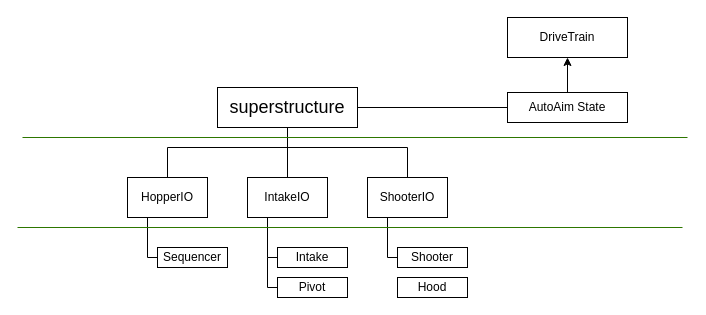
Earlier version of the draw.io diagram subsystem.drawio (FRCCriticalCircuits/RobotCode2026). Source tidied: cells renumbered, new cells numbered last; positions are measured from the earlier drawing's top-left corner, leaving out a move shared by most shapes. Both pictures are drawn from the tidied source at 100%, with x=0, y=0 at pixel (17, 17).
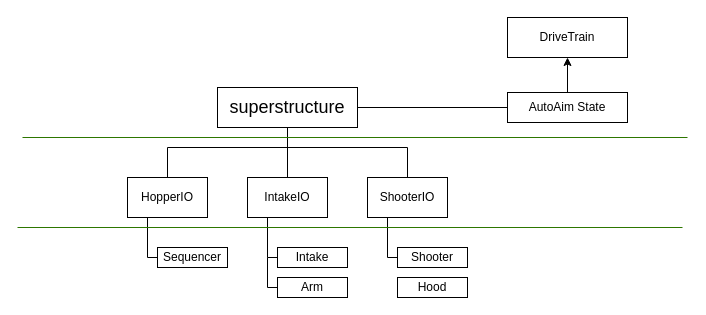
After the change.

The edit, as a diff of the source:
```diff
@@
-    <mxCell id="20" value="Pivot" style="rounded=0;whiteSpace=wrap;html=1;" parent="1" vertex="1">
+    <mxCell id="20" value="Arm" style="rounded=0;whiteSpace=wrap;html=1;" parent="1" vertex="1">
       <mxGeometry x="260" y="260" width="70" height="20" as="geometry" />
     </mxCell>
```
